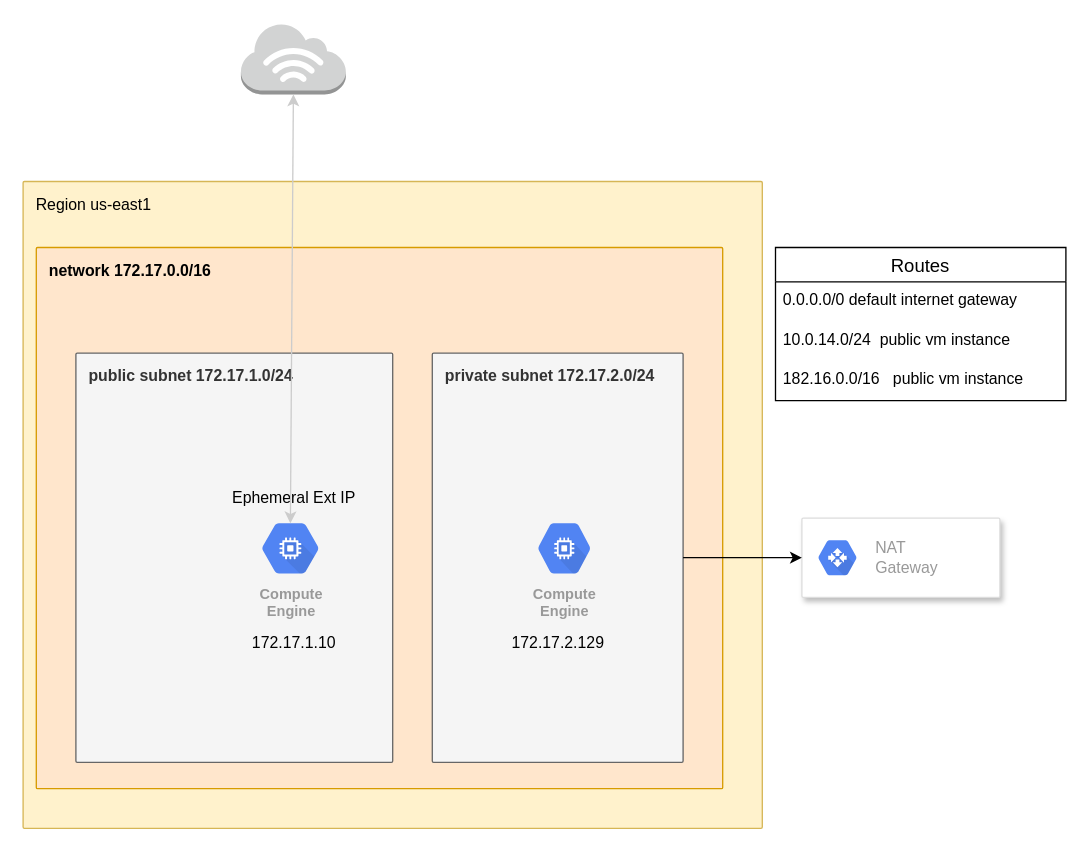
The draw.io diagram diagrams/GCP-public-private-subnet.drawio in fabianlee/blogcode, before the edit. Source tidied: cells renumbered, new cells numbered last; positions are measured from the earlier drawing's top-left corner, leaving out a move shared by most shapes. Both pictures are drawn from the tidied source at 132%, with x=0, y=0 at pixel (22, 22).
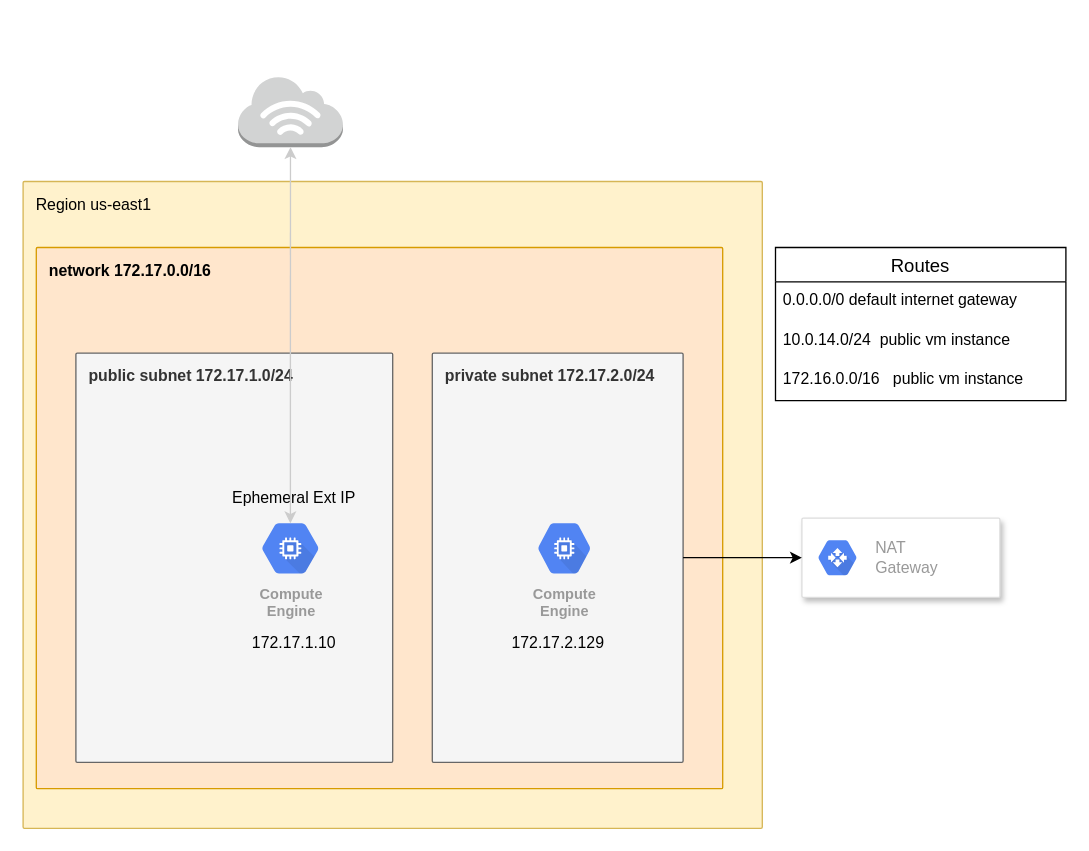
After the change.

Unchanged cells that the change refers to:
```xml
<mxCell id="14" value="Routes" style="swimlane;fontStyle=0;horizontal=1;startSize=26;align=center;fontSize=14;" parent="1" vertex="1">
  <mxGeometry x="570" y="170" width="220" height="116" as="geometry" />
</mxCell>
```

The edit, as a diff of the source:
```diff
@@
-    <mxCell id="17" value="182.16.0.0/16   public vm instance" style="text;spacingLeft=4;spacingRight=4;overflow=hidden;fontSize=12;" parent="14" vertex="1">
+    <mxCell id="17" value="172.16.0.0/16   public vm instance" style="text;spacingLeft=4;spacingRight=4;overflow=hidden;fontSize=12;" parent="14" vertex="1">
       <mxGeometry y="86" width="220" height="30" as="geometry" />
     </mxCell>
     <mxCell id="18" style="outlineConnect=0;dashed=0;verticalLabelPosition=bottom;verticalAlign=top;align=center;html=1;shape=mxgraph.aws3.internet_3;fillColor=#D2D3D3;gradientColor=none;" parent="1" vertex="1">
-      <mxGeometry x="165" width="79.5" height="54" as="geometry" />
+      <mxGeometry x="162.8" y="40" width="79.5" height="54" as="geometry" />
     </mxCell>
```
